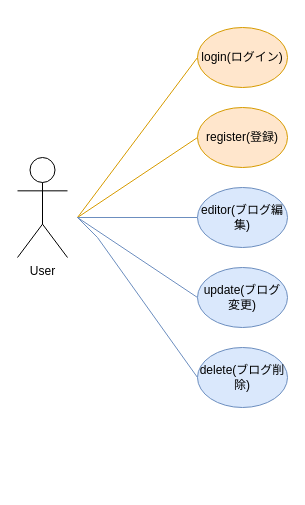
Earlier version of the draw.io diagram usecase.drawio (liutianqiltq/liutianqiblog). Source tidied: cells renumbered, new cells numbered last; positions are measured from the earlier drawing's top-left corner, leaving out a move shared by most shapes. Both pictures are drawn from the tidied source at 100%, with x=0, y=0 at pixel (17, 27).
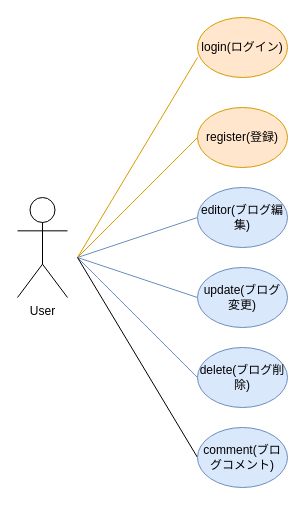
After the change.

Diff of the diagram source:
```diff
@@
     <mxCell id="2" value="User" style="shape=umlActor;verticalLabelPosition=bottom;verticalAlign=top;html=1;" parent="1" vertex="1">
-      <mxGeometry y="130" width="50" height="100" as="geometry" />
+      <mxGeometry y="170" width="50" height="100" as="geometry" />
     </mxCell>
     <mxCell id="3" style="endArrow=none;html=1;rounded=0;fillColor=#ffe6cc;strokeColor=#d79b00;" parent="1" edge="1">
       <mxGeometry relative="1" as="geometry">
-        <mxPoint x="60" y="190" as="sourcePoint" />
+        <mxPoint x="60" y="230" as="sourcePoint" />
         <mxPoint x="180" y="30" as="targetPoint" />
       </mxGeometry>
     </mxCell>
     <mxCell id="4" style="endArrow=none;html=1;rounded=0;fillColor=#ffe6cc;strokeColor=#d79b00;" parent="1" edge="1">
       <mxGeometry relative="1" as="geometry">
-        <mxPoint x="60" y="190" as="sourcePoint" />
+        <mxPoint x="60" y="230" as="sourcePoint" />
         <mxPoint x="180" y="110" as="targetPoint" />
       </mxGeometry>
     </mxCell>
     <mxCell id="5" style="endArrow=none;html=1;rounded=0;fillColor=#dae8fc;strokeColor=#6c8ebf;" parent="1" edge="1">
       <mxGeometry relative="1" as="geometry">
-        <mxPoint x="60" y="190" as="sourcePoint" />
+        <mxPoint x="60" y="230" as="sourcePoint" />
         <mxPoint x="180" y="190" as="targetPoint" />
       </mxGeometry>
     </mxCell>
     <mxCell id="6" style="endArrow=none;html=1;rounded=0;fillColor=#dae8fc;strokeColor=#6c8ebf;" parent="1" edge="1">
       <mxGeometry relative="1" as="geometry">
-        <mxPoint x="60" y="190" as="sourcePoint" />
+        <mxPoint x="60" y="230" as="sourcePoint" />
         <mxPoint x="180" y="270" as="targetPoint" />
       </mxGeometry>
     </mxCell>
     <mxCell id="7" style="endArrow=none;html=1;rounded=0;fillColor=#dae8fc;strokeColor=#6c8ebf;" parent="1" edge="1">
       <mxGeometry relative="1" as="geometry">
-        <mxPoint x="60" y="190" as="sourcePoint" />
+        <mxPoint x="60" y="230" as="sourcePoint" />
         <mxPoint x="180" y="350" as="targetPoint" />
         <Array as="points">
-          <mxPoint x="80" y="210" />
+          <mxPoint x="80" y="250" />
         </Array>
       </mxGeometry>
     </mxCell>
     <mxCell id="8" value="login(ログイン)" style="ellipse;whiteSpace=wrap;html=1;fillColor=#ffe6cc;strokeColor=#d79b00;" parent="1" vertex="1">
-      <mxGeometry x="180" width="90" height="60" as="geometry" />
+      <mxGeometry x="180" y="-10" width="90" height="60" as="geometry" />
     </mxCell>
@@
+    <mxCell id="13" style="endArrow=none;html=1;rounded=0;" parent="1" edge="1">
+      <mxGeometry relative="1" as="geometry">
+        <mxPoint x="60" y="230" as="sourcePoint" />
+        <mxPoint x="180" y="430" as="targetPoint" />
+      </mxGeometry>
+    </mxCell>
+    <mxCell id="14" value="comment(ブログコメント)" style="ellipse;whiteSpace=wrap;html=1;fillColor=#dae8fc;strokeColor=#6c8ebf;" parent="1" vertex="1">
+      <mxGeometry x="180" y="400" width="90" height="60" as="geometry" />
+    </mxCell>
```
